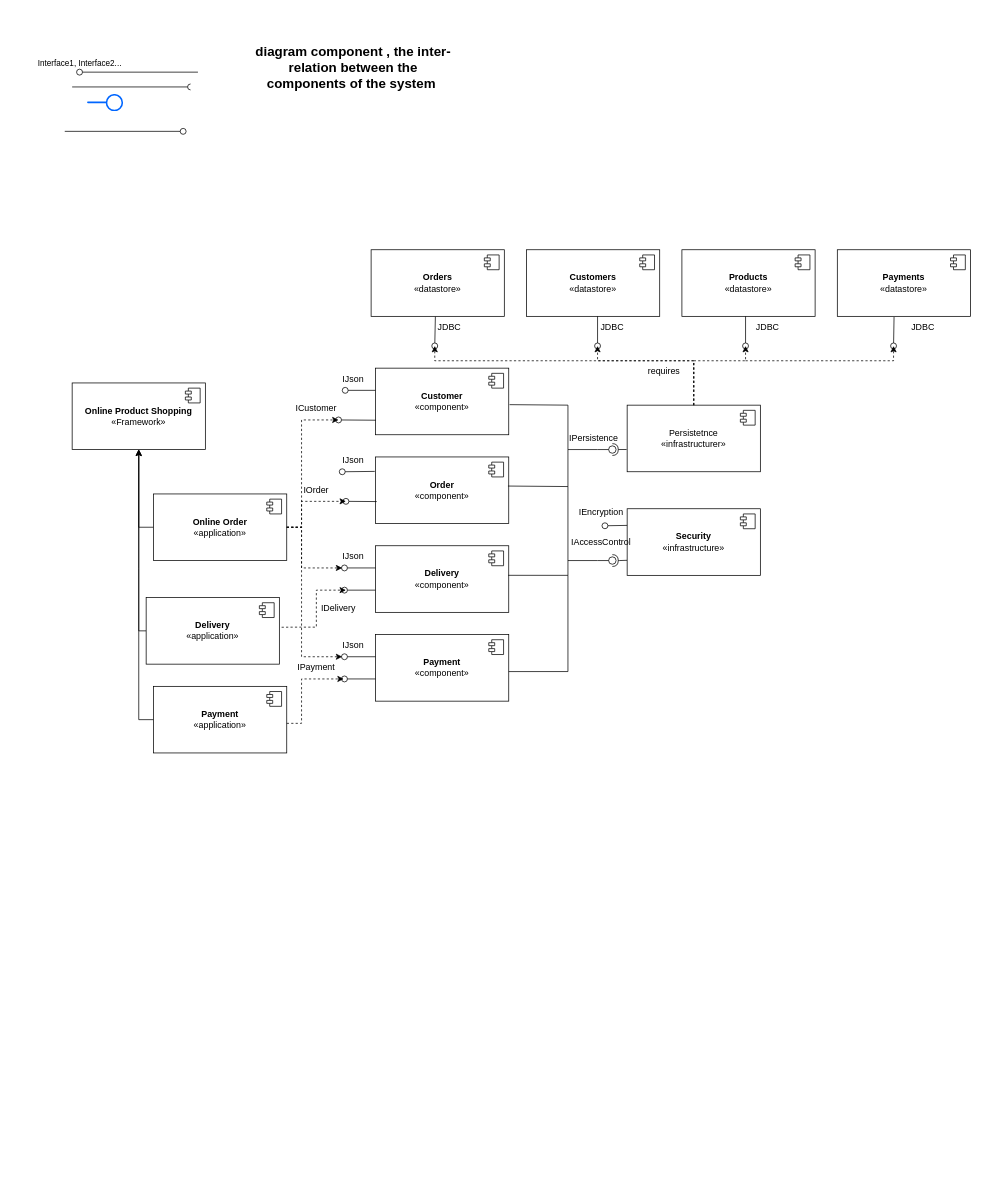
The draw.io diagram page "Page-2" (2 of 3) of obos7th.drawio in mati-tech/draw.io, before the edit. Source tidied: cells renumbered, new cells numbered last; positions are measured from the earlier drawing's top-left corner, leaving out a move shared by most shapes. Both pictures are drawn from the tidied source at 74%, with x=0, y=0 at pixel (64, 13).
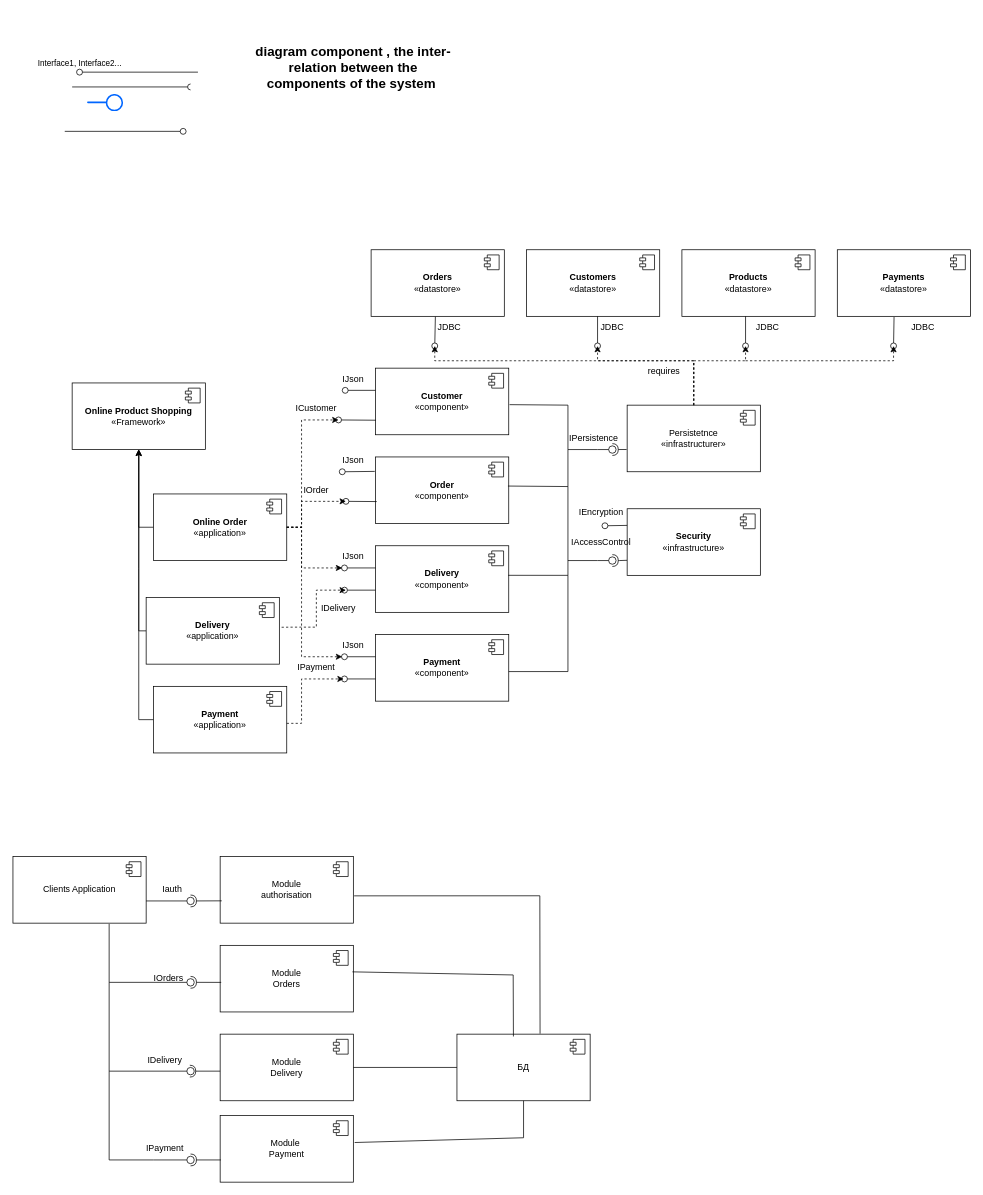
Above is the later version.

Diff of the diagram source:
```diff
@@
+    <mxCell id="90" value="Clients Application" style="html=1;whiteSpace=wrap;" parent="1" vertex="1">
+      <mxGeometry x="-70" y="1140" width="180" height="90" as="geometry" />
+    </mxCell>
+    <mxCell id="91" style="shape=module;jettyWidth=8;jettyHeight=4;" parent="90" vertex="1">
+      <mxGeometry x="1" width="20" height="20" relative="1" as="geometry">
+        <mxPoint x="-27" y="7" as="offset" />
+      </mxGeometry>
+    </mxCell>
+    <mxCell id="92" value="БД" style="html=1;whiteSpace=wrap;" parent="1" vertex="1">
+      <mxGeometry x="530" y="1380" width="180" height="90" as="geometry" />
+    </mxCell>
+    <mxCell id="93" style="shape=module;jettyWidth=8;jettyHeight=4;" parent="92" vertex="1">
+      <mxGeometry x="1" width="20" height="20" relative="1" as="geometry">
+        <mxPoint x="-27" y="7" as="offset" />
+      </mxGeometry>
+    </mxCell>
+    <mxCell id="94" value="Module&amp;nbsp;&lt;div&gt;Payment&lt;/div&gt;" style="html=1;whiteSpace=wrap;" parent="1" vertex="1">
+      <mxGeometry x="210" y="1490" width="180" height="90" as="geometry" />
+    </mxCell>
+    <mxCell id="95" style="shape=module;jettyWidth=8;jettyHeight=4;" parent="94" vertex="1">
+      <mxGeometry x="1" width="20" height="20" relative="1" as="geometry">
+        <mxPoint x="-27" y="7" as="offset" />
+      </mxGeometry>
+    </mxCell>
+    <mxCell id="96" value="Module&lt;div&gt;authorisation&lt;/div&gt;" style="html=1;whiteSpace=wrap;" parent="1" vertex="1">
+      <mxGeometry x="210" y="1140" width="180" height="90" as="geometry" />
+    </mxCell>
+    <mxCell id="97" style="shape=module;jettyWidth=8;jettyHeight=4;" parent="96" vertex="1">
+      <mxGeometry x="1" width="20" height="20" relative="1" as="geometry">
+        <mxPoint x="-27" y="7" as="offset" />
+      </mxGeometry>
+    </mxCell>
+    <mxCell id="98" value="Module&lt;div&gt;Orders&lt;/div&gt;" style="html=1;whiteSpace=wrap;" parent="1" vertex="1">
+      <mxGeometry x="210" y="1260" width="180" height="90" as="geometry" />
+    </mxCell>
+    <mxCell id="99" style="shape=module;jettyWidth=8;jettyHeight=4;" parent="98" vertex="1">
+      <mxGeometry x="1" width="20" height="20" relative="1" as="geometry">
+        <mxPoint x="-27" y="7" as="offset" />
+      </mxGeometry>
+    </mxCell>
+    <mxCell id="100" value="Module&lt;div&gt;Delivery&lt;/div&gt;" style="html=1;whiteSpace=wrap;" parent="1" vertex="1">
+      <mxGeometry x="210" y="1380" width="180" height="90" as="geometry" />
+    </mxCell>
+    <mxCell id="101" style="shape=module;jettyWidth=8;jettyHeight=4;" parent="100" vertex="1">
+      <mxGeometry x="1" width="20" height="20" relative="1" as="geometry">
+        <mxPoint x="-27" y="7" as="offset" />
+      </mxGeometry>
+    </mxCell>
+    <mxCell id="102" style="rounded=0;jettySize=auto;html=1;endArrow=halfCircle;endFill=0;endSize=6;strokeWidth=1;sketch=0;exitX=0.012;exitY=0.665;exitDx=0;exitDy=0;exitPerimeter=0;" parent="1" edge="1" source="96">
+      <mxGeometry relative="1" as="geometry">
+        <mxPoint x="170" y="1200" as="targetPoint" />
+      </mxGeometry>
+    </mxCell>
+    <mxCell id="103" style="rounded=0;orthogonalLoop=1;jettySize=auto;html=1;endArrow=oval;endFill=0;sketch=0;sourcePerimeterSpacing=0;targetPerimeterSpacing=0;endSize=10;" parent="1" edge="1">
+      <mxGeometry relative="1" as="geometry">
+        <mxPoint x="110" y="1200" as="sourcePoint" />
+        <mxPoint x="170" y="1200" as="targetPoint" />
+      </mxGeometry>
+    </mxCell>
+    <mxCell id="104" style="ellipse;whiteSpace=wrap;html=1;align=center;fillColor=none;strokeColor=none;perimeter=centerPerimeter;" parent="1" vertex="1">
+      <mxGeometry x="295" y="1380" width="10" height="10" as="geometry" />
+    </mxCell>
+    <mxCell id="105" value="Iauth" style="text;html=1;align=center;verticalAlign=middle;strokeColor=none;fillColor=none;" parent="1" vertex="1">
+      <mxGeometry x="120" y="1170" width="50" height="30" as="geometry" />
+    </mxCell>
+    <mxCell id="106" style="rounded=0;jettySize=auto;html=1;endArrow=halfCircle;endFill=0;endSize=6;strokeWidth=1;sketch=0;exitX=0.008;exitY=0.556;exitDx=0;exitDy=0;exitPerimeter=0;" parent="1" edge="1" source="98">
+      <mxGeometry relative="1" as="geometry">
+        <mxPoint x="170" y="1310" as="targetPoint" />
+      </mxGeometry>
+    </mxCell>
+    <mxCell id="107" style="rounded=0;orthogonalLoop=1;jettySize=auto;html=1;endArrow=oval;endFill=0;sketch=0;sourcePerimeterSpacing=0;targetPerimeterSpacing=0;endSize=10;" parent="1" edge="1">
+      <mxGeometry relative="1" as="geometry">
+        <mxPoint x="60" y="1231" as="sourcePoint" />
+        <mxPoint x="170" y="1310" as="targetPoint" />
+        <Array as="points">
+          <mxPoint x="60" y="1310" />
+        </Array>
+      </mxGeometry>
+    </mxCell>
+    <mxCell id="108" style="ellipse;whiteSpace=wrap;html=1;align=center;fillColor=none;strokeColor=none;perimeter=centerPerimeter;" parent="1" vertex="1">
+      <mxGeometry x="295" y="1380" width="10" height="10" as="geometry" />
+    </mxCell>
+    <mxCell id="109" style="rounded=0;orthogonalLoop=1;jettySize=auto;html=1;endArrow=oval;endFill=0;sketch=0;sourcePerimeterSpacing=0;targetPerimeterSpacing=0;endSize=10;" parent="1" edge="1">
+      <mxGeometry relative="1" as="geometry">
+        <mxPoint x="60" y="1430" as="sourcePoint" />
+        <mxPoint x="170" y="1550" as="targetPoint" />
+        <Array as="points">
+          <mxPoint x="60" y="1550" />
+          <mxPoint x="120" y="1550" />
+        </Array>
+      </mxGeometry>
+    </mxCell>
+    <mxCell id="110" style="rounded=0;orthogonalLoop=1;jettySize=auto;html=1;endArrow=oval;endFill=0;sketch=0;sourcePerimeterSpacing=0;targetPerimeterSpacing=0;endSize=10;" parent="1" edge="1">
+      <mxGeometry relative="1" as="geometry">
+        <mxPoint x="60" y="1310" as="sourcePoint" />
+        <mxPoint x="170" y="1430" as="targetPoint" />
+        <Array as="points">
+          <mxPoint x="60" y="1430" />
+        </Array>
+      </mxGeometry>
+    </mxCell>
+    <mxCell id="111" style="rounded=0;orthogonalLoop=1;jettySize=auto;html=1;endArrow=halfCircle;endFill=0;endSize=6;strokeWidth=1;sketch=0;exitX=0.008;exitY=0.556;exitDx=0;exitDy=0;exitPerimeter=0;" parent="1" edge="1">
+      <mxGeometry relative="1" as="geometry">
+        <mxPoint x="211" y="1550" as="sourcePoint" />
+        <mxPoint x="170" y="1550" as="targetPoint" />
+      </mxGeometry>
+    </mxCell>
+    <mxCell id="112" style="rounded=0;orthogonalLoop=1;jettySize=auto;html=1;endArrow=halfCircle;endFill=0;endSize=6;strokeWidth=1;sketch=0;exitX=0.008;exitY=0.556;exitDx=0;exitDy=0;exitPerimeter=0;" parent="1" edge="1">
+      <mxGeometry relative="1" as="geometry">
+        <mxPoint x="210" y="1430" as="sourcePoint" />
+        <mxPoint x="169" y="1430" as="targetPoint" />
+      </mxGeometry>
+    </mxCell>
+    <mxCell id="113" value="IPayment" style="text;html=1;align=center;verticalAlign=middle;strokeColor=none;fillColor=none;" parent="1" vertex="1">
+      <mxGeometry x="100" y="1520" width="70" height="30" as="geometry" />
+    </mxCell>
+    <mxCell id="114" value="IDelivery" style="text;html=1;align=center;verticalAlign=middle;strokeColor=none;fillColor=none;" parent="1" vertex="1">
+      <mxGeometry x="100" y="1400" width="70" height="30" as="geometry" />
+    </mxCell>
+    <mxCell id="115" value="IOrders" style="text;html=1;align=center;verticalAlign=middle;strokeColor=none;fillColor=none;" parent="1" vertex="1">
+      <mxGeometry x="110" y="1290" width="60" height="30" as="geometry" />
+    </mxCell>
+    <mxCell id="116" style="endArrow=none;html=1;rounded=0;exitX=1;exitY=0.5;exitDx=0;exitDy=0;entryX=0;entryY=0.5;entryDx=0;entryDy=0;" parent="1" edge="1" source="100" target="92">
+      <mxGeometry relative="1" as="geometry" />
+    </mxCell>
+    <mxCell id="117" style="endArrow=none;html=1;rounded=0;exitX=1.01;exitY=0.405;exitDx=0;exitDy=0;exitPerimeter=0;entryX=0.5;entryY=1;entryDx=0;entryDy=0;" parent="1" edge="1" source="94" target="92">
+      <mxGeometry relative="1" as="geometry">
+        <Array as="points">
+          <mxPoint x="620" y="1520" />
+        </Array>
+      </mxGeometry>
+    </mxCell>
+    <mxCell id="118" style="endArrow=none;html=1;rounded=0;entryX=0.424;entryY=0.035;entryDx=0;entryDy=0;entryPerimeter=0;exitX=0.993;exitY=0.398;exitDx=0;exitDy=0;exitPerimeter=0;" parent="1" edge="1" source="98" target="92">
+      <mxGeometry relative="1" as="geometry">
+        <Array as="points">
+          <mxPoint x="606" y="1300" />
+        </Array>
+      </mxGeometry>
+    </mxCell>
+    <mxCell id="119" style="endArrow=none;html=1;rounded=0;exitX=1.006;exitY=0.59;exitDx=0;exitDy=0;exitPerimeter=0;entryX=0.624;entryY=-0.007;entryDx=0;entryDy=0;entryPerimeter=0;" parent="1" edge="1" source="96" target="92">
+      <mxGeometry relative="1" as="geometry">
+        <Array as="points">
+          <mxPoint x="642" y="1193" />
+        </Array>
+      </mxGeometry>
+    </mxCell>
```
